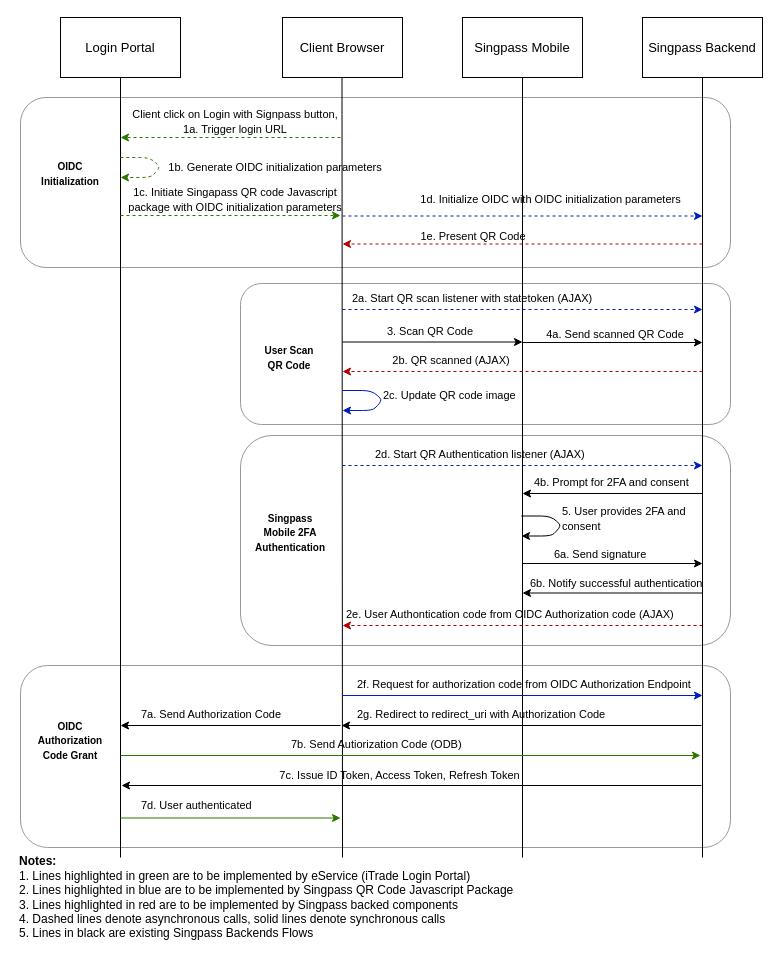
This is page "Page-1" (1 of 3) of SP Diagram.drawio from myomyo/branch, a draw.io file, before an edit. Source tidied: cells renumbered, new cells numbered last; positions are measured from the earlier drawing's top-left corner, leaving out a move shared by most shapes. Both pictures are drawn from the tidied source at 100%, with x=0, y=0 at pixel (17, 17).
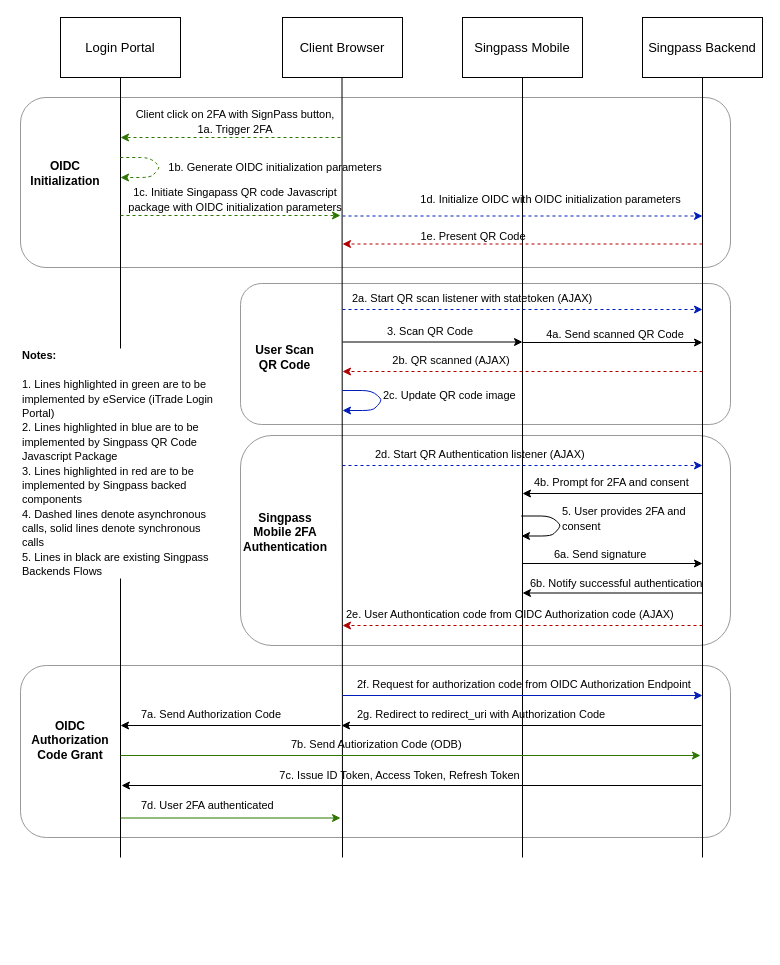
The same page after the edit.

What changed in the source:
```diff
@@
     <mxCell id="2" style="rounded=1;whiteSpace=wrap;html=1;fillColor=none;strokeColor=#999999;fontColor=#ffffff;" parent="1" vertex="1">
-      <mxGeometry x="3" y="648" width="710" height="182" as="geometry" />
+      <mxGeometry x="3" y="648" width="710" height="172" as="geometry" />
     </mxCell>
@@
-    <mxCell id="17" value="&lt;font style=&quot;font-size: 11px&quot;&gt;Client click on Login with Signpass button,&lt;br&gt;1a. Trigger login URL&lt;br&gt;&lt;/font&gt;" style="text;html=1;strokeColor=none;fillColor=none;align=center;verticalAlign=middle;whiteSpace=wrap;rounded=0;" parent="1" vertex="1">
+    <mxCell id="17" value="&lt;font style=&quot;font-size: 11px&quot;&gt;Client click on 2FA with SignPass button,&lt;br&gt;1a. Trigger 2FA&lt;br&gt;&lt;/font&gt;" style="text;html=1;strokeColor=none;fillColor=none;align=center;verticalAlign=middle;whiteSpace=wrap;rounded=0;" parent="1" vertex="1">
       <mxGeometry x="108" y="90" width="220" height="28" as="geometry" />
     </mxCell>
@@
-    <mxCell id="36" value="&lt;font style=&quot;font-size: 12px&quot;&gt;&lt;b&gt;Notes:&lt;/b&gt;&lt;br&gt;1. Lines highlighted in green are to be implemented by eService (iTrade Login Portal)&lt;br&gt;2. Lines highlighted in blue are to be implemented by Singpass QR Code Javascript Package&lt;br&gt;3. Lines highlighted in red are to be implemented by Singpass backed components&lt;br&gt;4. Dashed lines denote asynchronous calls, solid lines denote synchronous calls&lt;br&gt;5. Lines in black are existing Singpass Backends Flows&lt;br&gt;&lt;/font&gt;" style="text;html=1;strokeColor=none;fillColor=none;align=left;verticalAlign=middle;whiteSpace=wrap;rounded=0;" parent="1" vertex="1">
-      <mxGeometry y="830" width="530" height="100" as="geometry" />
+    <mxCell id="36" value="&lt;font style=&quot;font-size: 11px&quot;&gt;&lt;b&gt;Notes:&lt;br&gt;&lt;/b&gt;&lt;br&gt;1. Lines highlighted in green are to be implemented by eService (iTrade Login Portal)&lt;br&gt;2. Lines highlighted in blue are to be implemented by Singpass QR Code Javascript Package&lt;br&gt;3. Lines highlighted in red are to be implemented by Singpass backed components&lt;br&gt;4. Dashed lines denote asynchronous calls, solid lines denote synchronous calls&lt;br&gt;5. Lines in black are existing Singpass Backends Flows&lt;br&gt;&lt;/font&gt;" style="text;html=1;strokeColor=none;fillColor=#ffffff;align=left;verticalAlign=middle;whiteSpace=wrap;rounded=0;" parent="1" vertex="1">
+      <mxGeometry x="3" y="331" width="193" height="230" as="geometry" />
     </mxCell>
@@
-    <mxCell id="56" value="&lt;font style=&quot;font-size: 11px&quot;&gt;7d. User authenticated&lt;/font&gt;" style="text;html=1;strokeColor=none;fillColor=none;align=left;verticalAlign=middle;whiteSpace=wrap;rounded=0;" parent="1" vertex="1">
+    <mxCell id="56" value="&lt;font style=&quot;font-size: 11px&quot;&gt;7d. User 2FA authenticated&lt;/font&gt;" style="text;html=1;strokeColor=none;fillColor=none;align=left;verticalAlign=middle;whiteSpace=wrap;rounded=0;" parent="1" vertex="1">
       <mxGeometry x="122" y="779" width="143" height="18" as="geometry" />
     </mxCell>
@@
-    <mxCell id="59" value="&lt;font size=&quot;1&quot;&gt;&lt;b&gt;OIDC Authorization Code Grant&lt;/b&gt;&lt;/font&gt;" style="text;html=1;strokeColor=none;fillColor=none;align=center;verticalAlign=middle;whiteSpace=wrap;rounded=0;" parent="1" vertex="1">
+    <mxCell id="59" value="&lt;font size=&quot;1&quot;&gt;&lt;b style=&quot;font-size: 12px&quot;&gt;OIDC Authorization Code Grant&lt;/b&gt;&lt;/font&gt;" style="text;html=1;strokeColor=none;fillColor=none;align=center;verticalAlign=middle;whiteSpace=wrap;rounded=0;" parent="1" vertex="1">
       <mxGeometry x="23" y="688" width="60" height="70" as="geometry" />
     </mxCell>
-    <mxCell id="60" value="&lt;font size=&quot;1&quot;&gt;&lt;b&gt;Singpass Mobile 2FA Authentication&lt;/b&gt;&lt;/font&gt;" style="text;html=1;strokeColor=none;fillColor=none;align=center;verticalAlign=middle;whiteSpace=wrap;rounded=0;" parent="1" vertex="1">
-      <mxGeometry x="243" y="480" width="60" height="70" as="geometry" />
+    <mxCell id="60" value="&lt;font size=&quot;1&quot;&gt;&lt;b style=&quot;font-size: 12px&quot;&gt;Singpass Mobile 2FA Authentication&lt;/b&gt;&lt;/font&gt;" style="text;html=1;strokeColor=none;fillColor=none;align=center;verticalAlign=middle;whiteSpace=wrap;rounded=0;" parent="1" vertex="1">
+      <mxGeometry x="233" y="480" width="70" height="70" as="geometry" />
     </mxCell>
-    <mxCell id="61" value="&lt;font size=&quot;1&quot;&gt;&lt;b&gt;User Scan QR Code&lt;/b&gt;&lt;/font&gt;" style="text;html=1;strokeColor=none;fillColor=none;align=center;verticalAlign=middle;whiteSpace=wrap;rounded=0;" parent="1" vertex="1">
-      <mxGeometry x="242" y="305" width="60" height="70" as="geometry" />
+    <mxCell id="61" value="&lt;font size=&quot;1&quot;&gt;&lt;b style=&quot;font-size: 12px&quot;&gt;User Scan QR Code&lt;/b&gt;&lt;/font&gt;" style="text;html=1;strokeColor=none;fillColor=none;align=center;verticalAlign=middle;whiteSpace=wrap;rounded=0;" parent="1" vertex="1">
+      <mxGeometry x="233" y="305" width="69" height="70" as="geometry" />
     </mxCell>
-    <mxCell id="62" value="&lt;font size=&quot;1&quot;&gt;&lt;b&gt;OIDC Initialization&lt;/b&gt;&lt;/font&gt;" style="text;html=1;strokeColor=none;fillColor=none;align=center;verticalAlign=middle;whiteSpace=wrap;rounded=0;" parent="1" vertex="1">
-      <mxGeometry x="23" y="121" width="60" height="70" as="geometry" />
+    <mxCell id="62" value="&lt;font size=&quot;1&quot;&gt;&lt;b style=&quot;font-size: 12px&quot;&gt;OIDC Initialization&lt;/b&gt;&lt;/font&gt;" style="text;html=1;strokeColor=none;fillColor=none;align=center;verticalAlign=middle;whiteSpace=wrap;rounded=0;" parent="1" vertex="1">
+      <mxGeometry x="13" y="121" width="70" height="70" as="geometry" />
     </mxCell>
```
